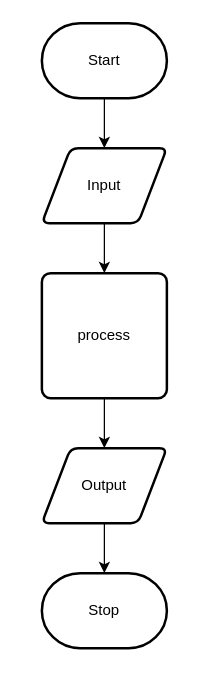
Above: design/flow-chart.drawio in Allen-Li-hub/ICS2O-Unit3-02-HTML-lighthouse (draw.io), before the change. Source tidied: cells renumbered, new cells numbered last; positions are measured from the earlier drawing's top-left corner, leaving out a move shared by most shapes. Both pictures are drawn from the tidied source at 125%, with x=0, y=0 at pixel (41, 22).
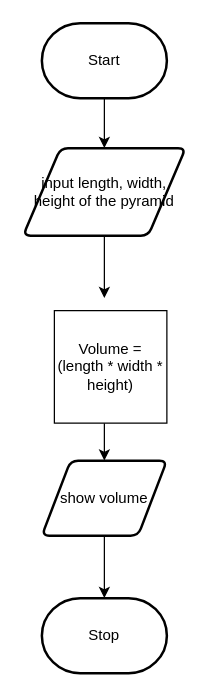
After the change.

What changed in the source:
```diff
@@
 <mxGraphModel>
   <root>
     <mxCell id="0" />
     <mxCell id="1" parent="0" />
     <mxCell id="2" style="edgeStyle=none;html=1;" parent="1" edge="1" source="3" target="5">
       <mxGeometry relative="1" as="geometry" />
     </mxCell>
     <mxCell id="3" value="Start" style="strokeWidth=2;html=1;shape=mxgraph.flowchart.terminator;whiteSpace=wrap;" parent="1" vertex="1">
       <mxGeometry width="100" height="60" as="geometry" />
     </mxCell>
-    <mxCell id="4" style="edgeStyle=none;html=1;" parent="1" edge="1" source="5" target="7">
-      <mxGeometry relative="1" as="geometry" />
+    <mxCell id="4" style="edgeStyle=none;html=1;" parent="1" edge="1" source="5">
+      <mxGeometry relative="1" as="geometry">
+        <mxPoint x="50" y="220" as="targetPoint" />
+      </mxGeometry>
     </mxCell>
-    <mxCell id="5" value="Input" style="shape=parallelogram;html=1;strokeWidth=2;perimeter=parallelogramPerimeter;whiteSpace=wrap;rounded=1;arcSize=12;size=0.23;" parent="1" vertex="1">
-      <mxGeometry y="100" width="100" height="60" as="geometry" />
+    <mxCell id="5" value="input length, width, height of the pyramid" style="shape=parallelogram;html=1;strokeWidth=2;perimeter=parallelogramPerimeter;whiteSpace=wrap;rounded=1;arcSize=12;size=0.23;" parent="1" vertex="1">
+      <mxGeometry x="-15" y="100" width="130" height="70" as="geometry" />
     </mxCell>
-    <mxCell id="6" style="edgeStyle=none;html=1;" parent="1" edge="1" source="7" target="9">
-      <mxGeometry relative="1" as="geometry" />
+    <mxCell id="6" style="edgeStyle=none;html=1;" parent="1" edge="1" target="9">
+      <mxGeometry relative="1" as="geometry">
+        <mxPoint x="50" y="320" as="sourcePoint" />
+      </mxGeometry>
     </mxCell>
-    <mxCell id="7" value="process" style="rounded=1;whiteSpace=wrap;html=1;absoluteArcSize=1;arcSize=14;strokeWidth=2;" parent="1" vertex="1">
-      <mxGeometry y="200" width="100" height="100" as="geometry" />
-    </mxCell>
     <mxCell id="8" style="edgeStyle=none;html=1;" parent="1" edge="1" source="9" target="10">
       <mxGeometry relative="1" as="geometry" />
     </mxCell>
-    <mxCell id="9" value="Output" style="shape=parallelogram;html=1;strokeWidth=2;perimeter=parallelogramPerimeter;whiteSpace=wrap;rounded=1;arcSize=12;size=0.23;" parent="1" vertex="1">
-      <mxGeometry y="340" width="100" height="60" as="geometry" />
+    <mxCell id="9" value="show volume" style="shape=parallelogram;html=1;strokeWidth=2;perimeter=parallelogramPerimeter;whiteSpace=wrap;rounded=1;arcSize=12;size=0.23;" parent="1" vertex="1">
+      <mxGeometry y="350" width="100" height="60" as="geometry" />
     </mxCell>
     <mxCell id="10" value="Stop" style="strokeWidth=2;html=1;shape=mxgraph.flowchart.terminator;whiteSpace=wrap;" parent="1" vertex="1">
-      <mxGeometry y="440" width="100" height="60" as="geometry" />
+      <mxGeometry y="460" width="100" height="60" as="geometry" />
     </mxCell>
+    <mxCell id="11" value="Volume = (length * width * height)" style="whiteSpace=wrap;html=1;" parent="1" vertex="1">
+      <mxGeometry x="10" y="230" width="90" height="90" as="geometry" />
+    </mxCell>
   </root>
 </mxGraphModel>
```
